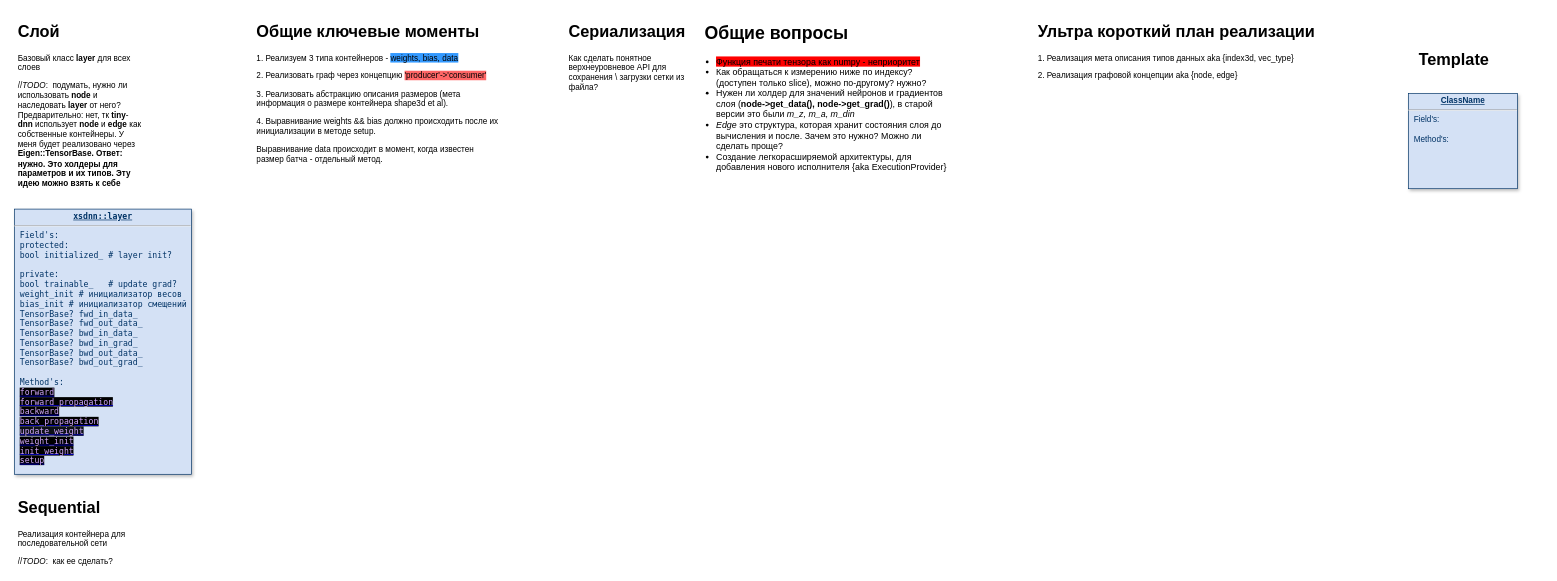
This is page "xsdnn::main" (1 of 9) of logic.drawio from xsdnn/xsdnn, a draw.io file, before an edit. Source tidied: cells renumbered, new cells numbered last; positions are measured from the earlier drawing's top-left corner, leaving out a move shared by most shapes. Both pictures are drawn from the tidied source at 68%, with x=0, y=0 at pixel (14, 18).
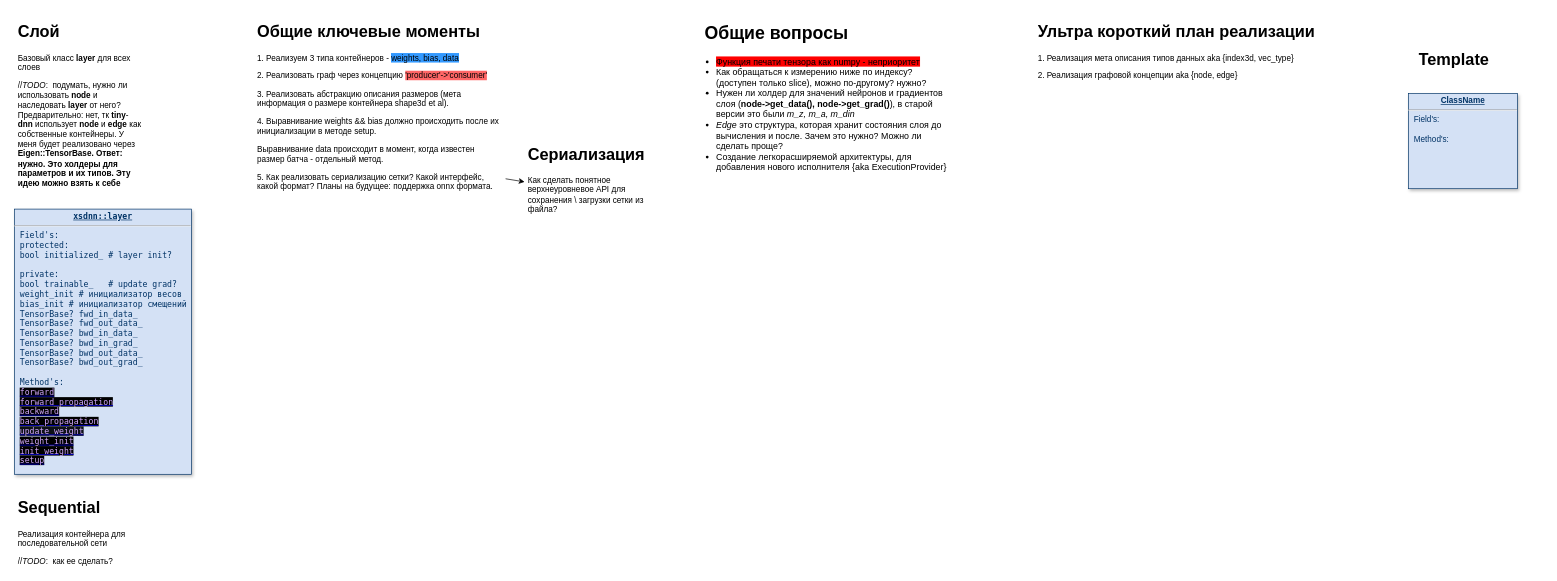
Above is the later version.

Diff of the diagram source:
```diff
@@
 <mxGraphModel>
   <root>
     <mxCell id="0" />
     <mxCell id="1" parent="0" />
     <mxCell id="2" value="&lt;p style=&quot;margin: 0px; margin-top: 4px; text-align: center; text-decoration: underline;&quot;&gt;&lt;strong&gt;ClassName&lt;/strong&gt;&lt;/p&gt;&lt;hr&gt;&lt;p style=&quot;margin: 0px; margin-left: 8px;&quot;&gt;Field's:&lt;/p&gt;&lt;p style=&quot;margin: 0px; margin-left: 8px;&quot;&gt;&lt;br&gt;&lt;/p&gt;&lt;p style=&quot;margin: 0px; margin-left: 8px;&quot;&gt;Method's:&lt;/p&gt;" style="verticalAlign=top;align=left;overflow=fill;fontSize=12;fontFamily=Helvetica;html=1;strokeColor=#003366;shadow=1;fillColor=#D4E1F5;fontColor=#003366;" parent="1" vertex="1">
       <mxGeometry x="2050" y="110" width="160" height="140" as="geometry" />
     </mxCell>
     <mxCell id="3" value="&lt;h1&gt;Слой&lt;/h1&gt;&lt;p&gt;Базовый класс &lt;b&gt;layer &lt;/b&gt;для всех слоев&lt;/p&gt;&lt;p&gt;&lt;span style=&quot;text-align: center;&quot;&gt;//&lt;i&gt;TODO&lt;/i&gt;:&amp;nbsp; подумать, нужно ли использовать &lt;b&gt;node&lt;/b&gt; и наследовать &lt;b&gt;layer&lt;/b&gt; от него? Предварительно: нет, тк &lt;b&gt;tiny&lt;/b&gt;-&lt;b&gt;dnn&lt;/b&gt; использует &lt;b&gt;node&lt;/b&gt; и &lt;b&gt;edge&lt;/b&gt; как собственные контейнеры. У меня будет реализовано через &lt;b&gt;Eigen::TensorBase. Ответ: нужно. Это холдеры для параметров и их типов. Эту идею можно взять к себе&lt;/b&gt;&lt;/span&gt;&lt;br&gt;&lt;/p&gt;&lt;p&gt;&lt;br&gt;&lt;/p&gt;" style="text;html=1;strokeColor=none;fillColor=none;spacing=5;spacingTop=-20;whiteSpace=wrap;overflow=hidden;rounded=0;" parent="1" vertex="1">
       <mxGeometry width="190" height="250" as="geometry" />
     </mxCell>
     <mxCell id="4" value="&lt;h1&gt;Template&lt;/h1&gt;" style="text;html=1;strokeColor=none;fillColor=none;spacing=5;spacingTop=-20;whiteSpace=wrap;overflow=hidden;rounded=0;" parent="1" vertex="1">
       <mxGeometry x="2060" y="40" width="190" height="50" as="geometry" />
     </mxCell>
     <mxCell id="5" value="&lt;p style=&quot;margin: 0px; margin-top: 4px; text-align: center; text-decoration: underline;&quot;&gt;&lt;b&gt;xsdnn::layer&lt;/b&gt;&lt;/p&gt;&lt;hr&gt;&lt;p style=&quot;margin: 0px; margin-left: 8px;&quot;&gt;Field's:&lt;/p&gt;&lt;p style=&quot;margin: 0px; margin-left: 8px;&quot;&gt;protected:&lt;/p&gt;&lt;p style=&quot;margin: 0px; margin-left: 8px;&quot;&gt;bool initialized_ # layer init?&lt;/p&gt;&lt;p style=&quot;margin: 0px; margin-left: 8px;&quot;&gt;&lt;br&gt;&lt;/p&gt;&lt;p style=&quot;margin: 0px; margin-left: 8px;&quot;&gt;private:&lt;/p&gt;&lt;p style=&quot;margin: 0px 0px 0px 8px;&quot;&gt;bool trainable_&amp;nbsp; &amp;nbsp;# update grad?&lt;/p&gt;&lt;p style=&quot;margin: 0px 0px 0px 8px;&quot;&gt;weight_init # инициализатор весов&lt;/p&gt;&lt;p style=&quot;margin: 0px 0px 0px 8px;&quot;&gt;bias_init # инициализатор смещений&lt;/p&gt;&lt;p style=&quot;margin: 0px; margin-left: 8px;&quot;&gt;TensorBase? fwd_in_data_&lt;/p&gt;&lt;p style=&quot;margin: 0px; margin-left: 8px;&quot;&gt;TensorBase? fwd_out_data_&lt;br&gt;&lt;/p&gt;&lt;p style=&quot;margin: 0px; margin-left: 8px;&quot;&gt;TensorBase? bwd_in_data_&lt;br&gt;&lt;/p&gt;&lt;p style=&quot;margin: 0px; margin-left: 8px;&quot;&gt;TensorBase? bwd_in_grad_&lt;br&gt;&lt;/p&gt;&lt;p style=&quot;margin: 0px; margin-left: 8px;&quot;&gt;TensorBase? bwd_out_data_&lt;br&gt;&lt;/p&gt;&lt;p style=&quot;margin: 0px; margin-left: 8px;&quot;&gt;TensorBase? bwd_out_grad_&lt;br&gt;&lt;/p&gt;&lt;p style=&quot;margin: 0px; margin-left: 8px;&quot;&gt;&lt;br&gt;&lt;/p&gt;&lt;p style=&quot;margin: 0px; margin-left: 8px;&quot;&gt;Method's:&lt;/p&gt;&lt;p style=&quot;margin: 0px; margin-left: 8px;&quot;&gt;&lt;a href=&quot;data:page/id,acLyr5f8MV2qwVlqdKkI&quot;&gt;&lt;font face=&quot;ui-monospace, SFMono-Regular, SF Mono, Menlo, Consolas, Liberation Mono, monospace&quot; color=&quot;#d2a8ff&quot; style=&quot;background-color: rgb(0, 0, 0);&quot;&gt;forward&lt;/font&gt;&lt;/a&gt;&lt;/p&gt;&lt;p style=&quot;margin: 0px; margin-left: 8px;&quot;&gt;&lt;a href=&quot;data:page/id,P51iXEZZl-BP7aw9WZGj&quot;&gt;&lt;font face=&quot;ui-monospace, SFMono-Regular, SF Mono, Menlo, Consolas, Liberation Mono, monospace&quot; color=&quot;#d2a8ff&quot; style=&quot;background-color: rgb(0, 0, 0);&quot;&gt;forward_propagation&lt;/font&gt;&lt;/a&gt;&lt;/p&gt;&lt;p style=&quot;margin: 0px; margin-left: 8px;&quot;&gt;&lt;a href=&quot;data:page/id,9vZ8QekkStvvB2-BGn0U&quot;&gt;&lt;font face=&quot;ui-monospace, SFMono-Regular, SF Mono, Menlo, Consolas, Liberation Mono, monospace&quot; color=&quot;#d2a8ff&quot; style=&quot;background-color: rgb(0, 0, 0);&quot;&gt;backward&lt;/font&gt;&lt;/a&gt;&lt;/p&gt;&lt;p style=&quot;margin: 0px; margin-left: 8px;&quot;&gt;&lt;a href=&quot;data:page/id,YzGOiIOgP3fO_uxTNOQc&quot;&gt;&lt;font face=&quot;ui-monospace, SFMono-Regular, SF Mono, Menlo, Consolas, Liberation Mono, monospace&quot; color=&quot;#d2a8ff&quot; style=&quot;background-color: rgb(0, 0, 0);&quot;&gt;back_propagation&lt;/font&gt;&lt;/a&gt;&lt;/p&gt;&lt;p style=&quot;margin: 0px; margin-left: 8px;&quot;&gt;&lt;span style=&quot;font-family: ui-monospace, SFMono-Regular, &amp;quot;SF Mono&amp;quot;, Menlo, Consolas, &amp;quot;Liberation Mono&amp;quot;, monospace; background-color: rgb(13, 17, 23);&quot;&gt;&lt;a style=&quot;&quot; href=&quot;data:page/id,1ntwXYWYcS74xLM6uAJB&quot;&gt;&lt;font color=&quot;#d2a8ff&quot;&gt;update_weight&lt;/font&gt;&lt;/a&gt;&lt;/span&gt;&lt;br&gt;&lt;/p&gt;&lt;p style=&quot;margin: 0px; margin-left: 8px;&quot;&gt;&lt;a style=&quot;background-color: rgb(0, 0, 0);&quot; href=&quot;data:page/id,imFPhnd7Cz6RNdqDAHEO&quot;&gt;&lt;font face=&quot;ui-monospace, SFMono-Regular, SF Mono, Menlo, Consolas, Liberation Mono, monospace&quot; color=&quot;#d2a8ff&quot;&gt;weight_init&lt;/font&gt;&lt;/a&gt;&lt;/p&gt;&lt;p style=&quot;margin: 0px; margin-left: 8px;&quot;&gt;&lt;a style=&quot;background-color: rgb(0, 0, 0);&quot; href=&quot;data:page/id,p6dzrHT5QFA6u9v4Chr_&quot;&gt;&lt;font color=&quot;#d2a8ff&quot;&gt;init_weight&lt;/font&gt;&lt;/a&gt;&lt;/p&gt;&lt;p style=&quot;margin: 0px; margin-left: 8px;&quot;&gt;&lt;a style=&quot;background-color: rgb(0, 0, 0);&quot; href=&quot;data:page/id,uzz6QVAgYd6YLyIYvyyA&quot;&gt;&lt;font color=&quot;#d2a8ff&quot;&gt;setup&lt;/font&gt;&lt;/a&gt;&lt;/p&gt;" style="verticalAlign=top;align=left;overflow=fill;fontSize=12;fontFamily=ui-monospace, SFMono-Regular, &quot;SF Mono&quot;, Menlo, Consolas, &quot;Liberation Mono&quot;, monospace;html=1;strokeColor=#003366;shadow=1;fillColor=#D4E1F5;fontColor=#003366;" parent="1" vertex="1">
       <mxGeometry y="280" width="260" height="390" as="geometry" />
     </mxCell>
     <mxCell id="6" value="&lt;h1&gt;Сериализация&lt;/h1&gt;&lt;p&gt;Как сделать понятное верхнеуровневое API для сохранения \ загрузки сетки из файла?&amp;nbsp;&lt;/p&gt;" style="text;html=1;strokeColor=none;fillColor=none;spacing=5;spacingTop=-20;whiteSpace=wrap;overflow=hidden;rounded=0;" parent="1" vertex="1">
-      <mxGeometry x="810" width="190" height="120" as="geometry" />
+      <mxGeometry x="750" y="180" width="190" height="120" as="geometry" />
     </mxCell>
     <mxCell id="7" value="&lt;h1&gt;Общие вопросы&lt;/h1&gt;&lt;p&gt;&lt;br&gt;&lt;/p&gt;" style="text;html=1;strokeColor=none;fillColor=none;spacing=5;spacingTop=-20;whiteSpace=wrap;overflow=hidden;rounded=0;fontSize=13;" parent="1" vertex="1">
       <mxGeometry x="1010" width="270" height="120" as="geometry" />
     </mxCell>
     <mxCell id="8" value="&lt;ul&gt;&lt;li&gt;&lt;span style=&quot;background-color: rgb(255, 0, 0);&quot;&gt;Функция печати тензора как numpy - неприоритет&lt;/span&gt;&lt;/li&gt;&lt;li&gt;Как обращаться к измерению ниже по индексу? (доступен только slice), можно по-другому? нужно?&amp;nbsp;&lt;/li&gt;&lt;li&gt;Нужен ли холдер для значений нейронов и градиентов слоя (&lt;b&gt;node-&amp;gt;get_data(), node-&amp;gt;get_grad()&lt;/b&gt;), в старой версии это были &lt;i&gt;m_z, m_a, m_din&lt;/i&gt;&lt;/li&gt;&lt;li&gt;&lt;i&gt;Edge &lt;/i&gt;это структура, которая хранит состояния слоя до вычисления и после. Зачем это нужно? Можно ли сделать проще?&lt;/li&gt;&lt;li&gt;Создание легкорасширяемой архитектуры, для добавления нового исполнителя {aka ExecutionProvider}&lt;/li&gt;&lt;/ul&gt;" style="text;strokeColor=none;fillColor=none;html=1;whiteSpace=wrap;verticalAlign=middle;overflow=hidden;fontSize=13;" parent="1" vertex="1">
       <mxGeometry x="990" y="40" width="390" height="190" as="geometry" />
     </mxCell>
     <mxCell id="9" value="&lt;h1&gt;Sequential&lt;/h1&gt;&lt;p&gt;Реализация контейнера для&amp;nbsp; последовательной сети&lt;/p&gt;&lt;p&gt;&lt;span style=&quot;text-align: center;&quot;&gt;//&lt;i&gt;TODO&lt;/i&gt;:&amp;nbsp; как ее сделать?&lt;/span&gt;&lt;br&gt;&lt;/p&gt;&lt;p&gt;&lt;br&gt;&lt;/p&gt;" style="text;html=1;strokeColor=none;fillColor=none;spacing=5;spacingTop=-20;whiteSpace=wrap;overflow=hidden;rounded=0;" parent="1" vertex="1">
       <mxGeometry y="700" width="190" height="110" as="geometry" />
     </mxCell>
-    <mxCell id="10" value="&lt;h1&gt;Общие ключевые моменты&lt;/h1&gt;&lt;p&gt;1. Реализуем 3 типа контейнеров - &lt;span style=&quot;background-color: rgb(51, 153, 255);&quot;&gt;weights, bias, data&lt;/span&gt;&lt;/p&gt;&lt;p&gt;2. Реализовать граф через концепцию &lt;span style=&quot;background-color: rgb(255, 102, 102);&quot;&gt;'producer'-&amp;gt;'consumer'&lt;/span&gt;&lt;/p&gt;&lt;p&gt;3. Реализовать абстракцию описания размеров (мета информация о размере контейнера shape3d et al).&amp;nbsp;&lt;/p&gt;&lt;p&gt;4. Выравнивание weights &amp;amp;&amp;amp; bias должно происходить после их инициализации в методе setup.&lt;/p&gt;&lt;p&gt;Выравнивание data происходит в момент, когда известен размер батча - отдельный метод.&lt;/p&gt;&lt;p&gt;&lt;br&gt;&lt;/p&gt;" style="text;html=1;strokeColor=none;fillColor=none;spacing=5;spacingTop=-20;whiteSpace=wrap;overflow=hidden;rounded=0;" parent="1" vertex="1">
-      <mxGeometry x="351" width="370" height="410" as="geometry" />
+    <mxCell id="10" value="&lt;h1&gt;Общие ключевые моменты&lt;/h1&gt;&lt;p&gt;1. Реализуем 3 типа контейнеров - &lt;span style=&quot;background-color: rgb(51, 153, 255);&quot;&gt;weights, bias, data&lt;/span&gt;&lt;/p&gt;&lt;p&gt;2. Реализовать граф через концепцию &lt;span style=&quot;background-color: rgb(255, 102, 102);&quot;&gt;'producer'-&amp;gt;'consumer'&lt;/span&gt;&lt;/p&gt;&lt;p&gt;3. Реализовать абстракцию описания размеров (мета информация о размере контейнера shape3d et al).&amp;nbsp;&lt;/p&gt;&lt;p&gt;4. Выравнивание weights &amp;amp;&amp;amp; bias должно происходить после их инициализации в методе setup.&lt;/p&gt;&lt;p&gt;Выравнивание data происходит в момент, когда известен размер батча - отдельный метод.&lt;/p&gt;&lt;p&gt;5. Как реализовать сериализацию сетки? Какой интерфейс, какой формат? Планы на будущее: поддержка onnx формата.&lt;/p&gt;&lt;p&gt;&lt;br&gt;&lt;/p&gt;" style="text;html=1;strokeColor=none;fillColor=none;spacing=5;spacingTop=-20;whiteSpace=wrap;overflow=hidden;rounded=0;" parent="1" vertex="1">
+      <mxGeometry x="352" width="370" height="410" as="geometry" />
     </mxCell>
     <mxCell id="11" value="&lt;h1&gt;Ультра короткий план реализации&lt;/h1&gt;&lt;p&gt;1. Реализация мета описания типов данных aka {index3d, vec_type}&lt;/p&gt;&lt;p&gt;2. Реализация графовой концепции aka {node, edge}&lt;/p&gt;" style="text;html=1;spacing=5;spacingTop=-20;whiteSpace=wrap;overflow=hidden;rounded=0;labelBackgroundColor=none;" parent="1" vertex="1">
       <mxGeometry x="1500" width="420" height="120" as="geometry" />
     </mxCell>
+    <mxCell id="12" style="endArrow=classic;html=1;rounded=0;entryX=0;entryY=0.5;entryDx=0;entryDy=0;" parent="1" edge="1" source="10" target="6">
+      <mxGeometry relative="1" as="geometry" />
+    </mxCell>
   </root>
 </mxGraphModel>
```
